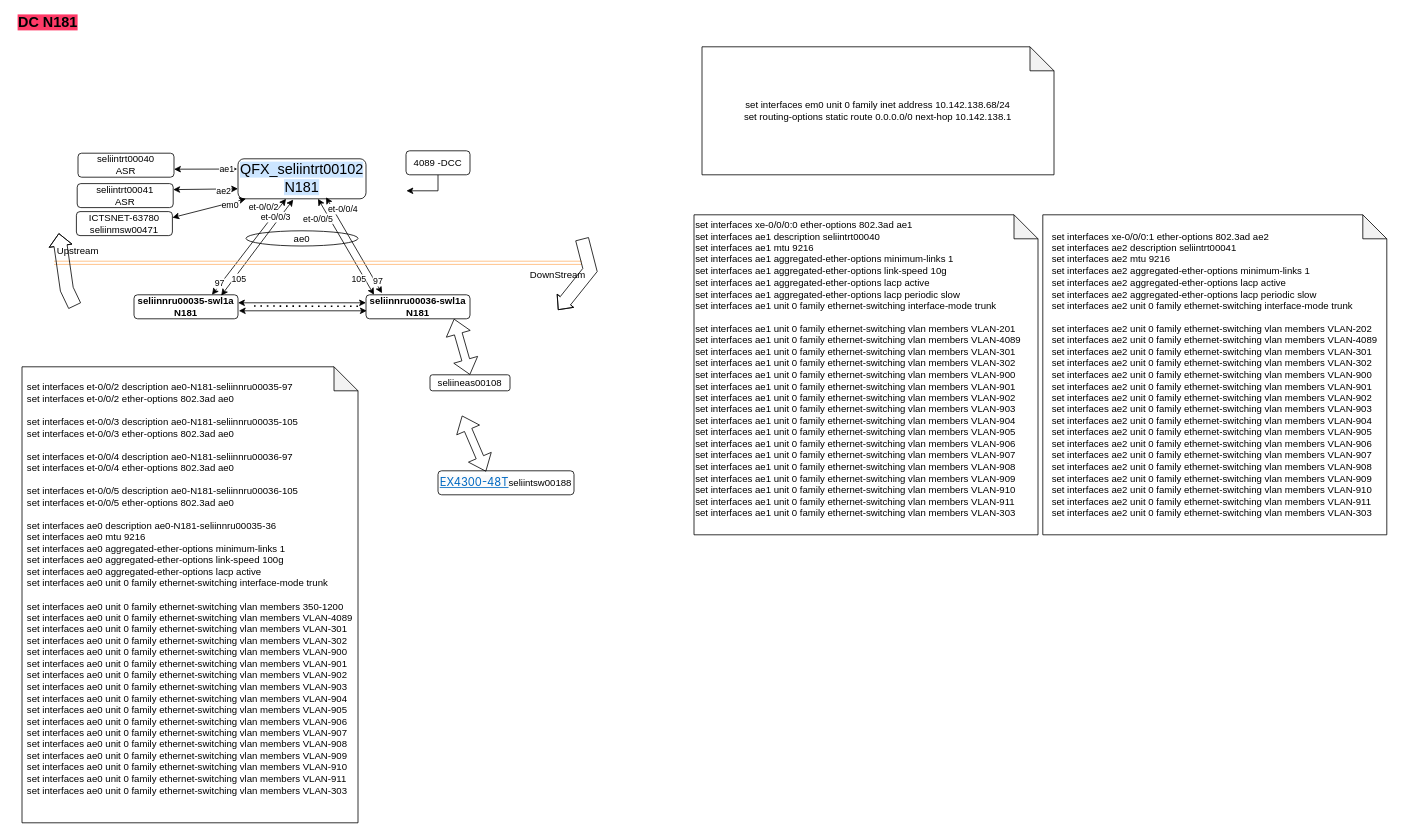
Earlier version of the draw.io diagram page "N181" (2 of 4) of N99_N280EXMPLE.drawio (nabi69/python-random-quote). Source tidied: cells renumbered, new cells numbered last; positions are measured from the earlier drawing's top-left corner, leaving out a move shared by most shapes. Both pictures are drawn from the tidied source at 80%, with x=0, y=0 at pixel (14, 14).
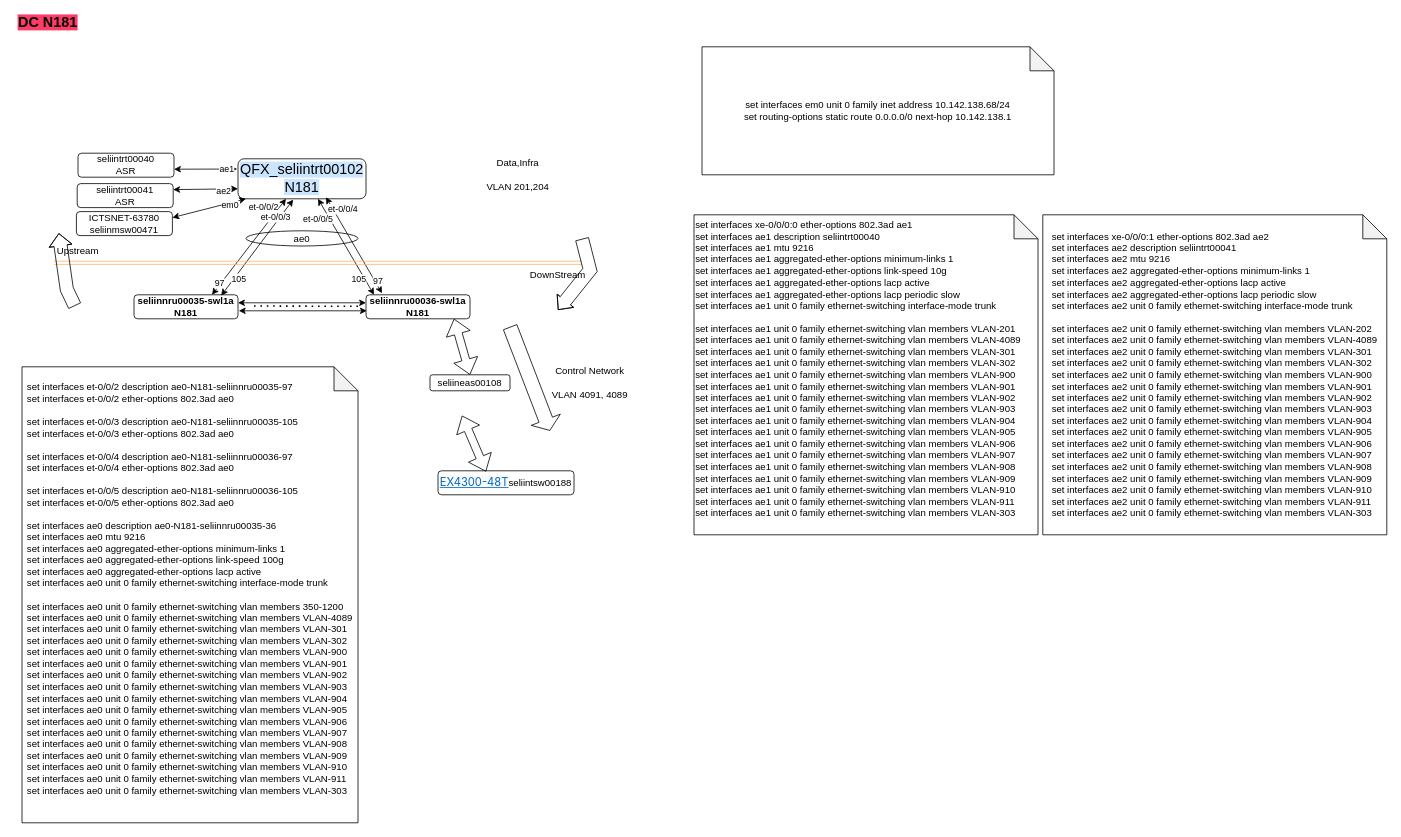
The same page after the edit.

What changed in the source:
```diff
@@
-    <mxCell id="44" style="edgeStyle=orthogonalEdgeStyle;rounded=0;jettySize=auto;html=1;exitX=0.5;exitY=1;exitDx=0;exitDy=0;" parent="1" edge="1" source="45">
-      <mxGeometry relative="1" as="geometry">
-        <mxPoint x="490" y="220" as="targetPoint" />
-      </mxGeometry>
-    </mxCell>
-    <mxCell id="45" value="4089 -DCC" style="rounded=1;whiteSpace=wrap;html=1;" parent="1" vertex="1">
-      <mxGeometry x="490" y="170" width="80" height="30" as="geometry" />
-    </mxCell>
+    <mxCell id="46" value="Control Network&lt;br&gt;&lt;br&gt;VLAN 4091, 4089" style="text;html=1;strokeColor=none;fillColor=none;align=center;verticalAlign=middle;whiteSpace=wrap;rounded=0;" parent="1" vertex="1">
+      <mxGeometry x="670" y="420" width="100" height="80" as="geometry" />
+    </mxCell>
+    <mxCell id="47" style="shape=flexArrow;endArrow=classic;html=1;rounded=0;width=18;endSize=4.43;" parent="1" edge="1">
+      <mxGeometry relative="1" as="geometry">
+        <mxPoint x="620" y="390" as="sourcePoint" />
+        <mxPoint x="670" y="520" as="targetPoint" />
+      </mxGeometry>
+    </mxCell>
+    <mxCell id="48" value="Data,Infra&lt;br&gt;&lt;br&gt;VLAN 201,204" style="text;html=1;strokeColor=none;fillColor=none;align=center;verticalAlign=middle;whiteSpace=wrap;rounded=0;" parent="1" vertex="1">
+      <mxGeometry x="570" y="160" width="120" height="80" as="geometry" />
+    </mxCell>
```
